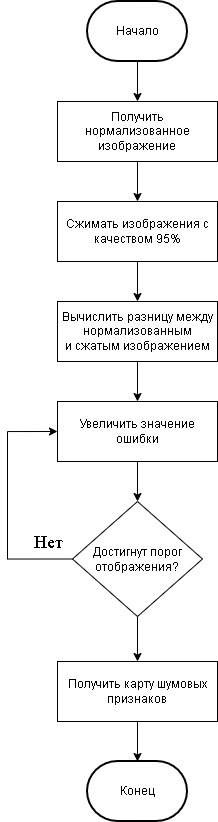
Earlier version of the draw.io export doc/tex/img/algorithm.png (jokerva1010123/BMSTU-Diplom-Magis). Source tidied: cells renumbered, new cells last; positions are measured from the earlier drawing's top-left corner, leaving out a move shared by most shapes.
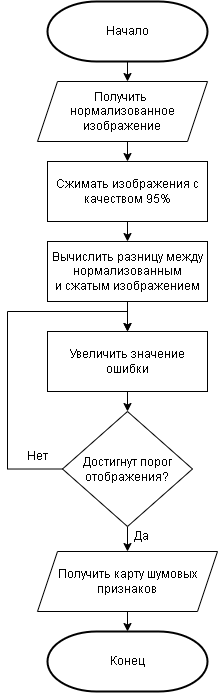
After the change.

Diff of the diagram source:
```diff
@@ -2,63 +2,71 @@
   <root>
     <mxCell id="0" />
     <mxCell id="1" parent="0" />
-    <mxCell id="2" style="edgeStyle=orthogonalEdgeStyle;rounded=0;jettySize=auto;html=1;exitX=0.5;exitY=1;exitDx=0;exitDy=0;exitPerimeter=0;entryX=0.5;entryY=0;entryDx=0;entryDy=0;" parent="1" edge="1" source="3" target="6">
-      <mxGeometry relative="1" as="geometry" />
+    <mxCell id="2" style="edgeStyle=orthogonalEdgeStyle;rounded=0;jettySize=auto;html=1;exitX=0.5;exitY=1;exitDx=0;exitDy=0;exitPerimeter=0;entryX=0.5;entryY=0;entryDx=0;entryDy=0;" parent="1" edge="1" source="3">
+      <mxGeometry relative="1" as="geometry">
+        <mxPoint x="130" y="80" as="targetPoint" />
+      </mxGeometry>
     </mxCell>
     <mxCell id="3" value="Начало" style="strokeWidth=2;html=1;shape=mxgraph.flowchart.terminator;whiteSpace=wrap;" parent="1" vertex="1">
-      <mxGeometry x="80" width="100" height="60" as="geometry" />
+      <mxGeometry x="50" width="160" height="60" as="geometry" />
     </mxCell>
     <mxCell id="4" value="Конец" style="strokeWidth=2;html=1;shape=mxgraph.flowchart.terminator;whiteSpace=wrap;" parent="1" vertex="1">
-      <mxGeometry x="80" y="760" width="100" height="60" as="geometry" />
+      <mxGeometry x="50" y="630" width="160" height="60" as="geometry" />
     </mxCell>
-    <mxCell id="5" style="edgeStyle=orthogonalEdgeStyle;rounded=0;jettySize=auto;html=1;exitX=0.5;exitY=1;exitDx=0;exitDy=0;entryX=0.5;entryY=0;entryDx=0;entryDy=0;" parent="1" edge="1" source="6" target="8">
-      <mxGeometry relative="1" as="geometry" />
+    <mxCell id="5" style="edgeStyle=orthogonalEdgeStyle;rounded=0;jettySize=auto;html=1;exitX=0.5;exitY=1;exitDx=0;exitDy=0;entryX=0.5;entryY=0;entryDx=0;entryDy=0;" parent="1" edge="1" target="8">
+      <mxGeometry relative="1" as="geometry">
+        <mxPoint x="130" y="140" as="sourcePoint" />
+      </mxGeometry>
     </mxCell>
-    <mxCell id="6" value="Получить нормализованное изображение" style="rounded=0;whiteSpace=wrap;html=1;" parent="1" vertex="1">
-      <mxGeometry x="50" y="100" width="160" height="60" as="geometry" />
-    </mxCell>
     <mxCell id="7" style="edgeStyle=orthogonalEdgeStyle;rounded=0;jettySize=auto;html=1;exitX=0.5;exitY=1;exitDx=0;exitDy=0;entryX=0.5;entryY=0;entryDx=0;entryDy=0;" parent="1" edge="1" source="8" target="10">
       <mxGeometry relative="1" as="geometry" />
     </mxCell>
     <mxCell id="8" value="Сжимать изображения с качеством 95%" style="rounded=0;whiteSpace=wrap;html=1;" parent="1" vertex="1">
-      <mxGeometry x="50" y="200" width="160" height="60" as="geometry" />
+      <mxGeometry x="50" y="160" width="160" height="60" as="geometry" />
     </mxCell>
     <mxCell id="9" style="edgeStyle=orthogonalEdgeStyle;rounded=0;jettySize=auto;html=1;exitX=0.5;exitY=1;exitDx=0;exitDy=0;entryX=0.5;entryY=0;entryDx=0;entryDy=0;" parent="1" edge="1" source="10" target="12">
       <mxGeometry relative="1" as="geometry" />
     </mxCell>
     <mxCell id="10" value="Вычислить разницу между нормализованным и&amp;nbsp;сжатым изображением" style="rounded=0;whiteSpace=wrap;html=1;" parent="1" vertex="1">
-      <mxGeometry x="50" y="300" width="160" height="60" as="geometry" />
+      <mxGeometry x="50" y="240" width="160" height="60" as="geometry" />
     </mxCell>
     <mxCell id="11" style="edgeStyle=orthogonalEdgeStyle;rounded=0;jettySize=auto;html=1;exitX=0.5;exitY=1;exitDx=0;exitDy=0;entryX=0.5;entryY=0;entryDx=0;entryDy=0;" parent="1" edge="1" source="12" target="16">
       <mxGeometry relative="1" as="geometry" />
     </mxCell>
     <mxCell id="12" value="Увеличить значение ошибки" style="rounded=0;whiteSpace=wrap;html=1;" parent="1" vertex="1">
-      <mxGeometry x="50" y="400" width="160" height="60" as="geometry" />
+      <mxGeometry x="50" y="330" width="160" height="60" as="geometry" />
     </mxCell>
+    <mxCell id="14" style="edgeStyle=orthogonalEdgeStyle;rounded=0;jettySize=auto;html=1;exitX=0;exitY=0.5;exitDx=0;exitDy=0;entryX=0.5;entryY=0;entryDx=0;entryDy=0;" parent="1" edge="1" source="16" target="12">
+      <mxGeometry relative="1" as="geometry">
+        <Array as="points">
+          <mxPoint x="10" y="468" />
+          <mxPoint x="10" y="310" />
+          <mxPoint x="130" y="310" />
+        </Array>
+      </mxGeometry>
+    </mxCell>
-    <mxCell id="13" style="edgeStyle=orthogonalEdgeStyle;rounded=0;jettySize=auto;html=1;exitX=0.5;exitY=1;exitDx=0;exitDy=0;entryX=0.5;entryY=0;entryDx=0;entryDy=0;" parent="1" edge="1" source="16" target="17">
+    <mxCell id="13" style="edgeStyle=orthogonalEdgeStyle;rounded=0;jettySize=auto;html=1;" parent="1" edge="1" source="16" target="17">
       <mxGeometry relative="1" as="geometry" />
     </mxCell>
-    <mxCell id="14" style="edgeStyle=orthogonalEdgeStyle;rounded=0;jettySize=auto;html=1;exitX=0;exitY=0.5;exitDx=0;exitDy=0;entryX=0;entryY=0.5;entryDx=0;entryDy=0;" parent="1" edge="1" source="16" target="12">
-      <mxGeometry relative="1" as="geometry">
-        <Array as="points">
-          <mxPoint y="558" />
-          <mxPoint y="430" />
-        </Array>
-      </mxGeometry>
-    </mxCell>
+    <mxCell id="16" value="Достигнут порог отображения?" style="rhombus;whiteSpace=wrap;html=1;" parent="1" vertex="1">
+      <mxGeometry x="65" y="410" width="130" height="115" as="geometry" />
+    </mxCell>
+    <mxCell id="18" style="edgeStyle=orthogonalEdgeStyle;rounded=0;jettySize=auto;html=1;exitX=0.5;exitY=1;exitDx=0;exitDy=0;entryX=0.5;entryY=0;entryDx=0;entryDy=0;entryPerimeter=0;" parent="1" edge="1" target="4">
+      <mxGeometry relative="1" as="geometry">
+        <mxPoint x="130" y="595" as="sourcePoint" />
+      </mxGeometry>
+    </mxCell>
+    <mxCell id="17" value="Получить карту шумовых признаков" style="shape=parallelogram;perimeter=parallelogramPerimeter;whiteSpace=wrap;html=1;fixedSize=1;" parent="1" vertex="1">
+      <mxGeometry x="40" y="550" width="180" height="60" as="geometry" />
+    </mxCell>
+    <mxCell id="6" value="Получить&amp;nbsp;&lt;div&gt;нормализованное изображение&lt;/div&gt;" style="shape=parallelogram;perimeter=parallelogramPerimeter;whiteSpace=wrap;html=1;fixedSize=1;" parent="1" vertex="1">
+      <mxGeometry x="40" y="80" width="170" height="60" as="geometry" />
+    </mxCell>
+    <mxCell id="19" value="Да" style="text;html=1;whiteSpace=wrap;strokeColor=none;fillColor=none;align=center;verticalAlign=middle;rounded=0;" parent="1" vertex="1">
+      <mxGeometry x="114" y="520" width="60" height="30" as="geometry" />
+    </mxCell>
-    <mxCell id="15" value="&lt;font style=&quot;font-size: 18px;&quot; face=&quot;Times New Roman&quot;&gt;Нет&lt;/font&gt;" style="edgeLabel;html=1;align=center;verticalAlign=middle;" parent="14" vertex="1">
-      <mxGeometry x="-0.84" y="2" relative="1" as="geometry">
-        <mxPoint x="-6" y="-19" as="offset" />
-      </mxGeometry>
+    <mxCell id="15" value="Нет" style="text;html=1;whiteSpace=wrap;strokeColor=none;fillColor=none;align=center;verticalAlign=middle;rounded=0;" parent="1" vertex="1">
+      <mxGeometry x="10" y="440" width="60" height="30" as="geometry" />
     </mxCell>
-    <mxCell id="16" value="Достигнут порог отображения?" style="rhombus;whiteSpace=wrap;html=1;" parent="1" vertex="1">
-      <mxGeometry x="65" y="500" width="130" height="115" as="geometry" />
-    </mxCell>
-    <mxCell id="17" value="Получить карту шумовых признаков" style="rounded=0;whiteSpace=wrap;html=1;" parent="1" vertex="1">
-      <mxGeometry x="50" y="660" width="160" height="60" as="geometry" />
-    </mxCell>
-    <mxCell id="18" style="edgeStyle=orthogonalEdgeStyle;rounded=0;jettySize=auto;html=1;exitX=0.5;exitY=1;exitDx=0;exitDy=0;entryX=0.5;entryY=0;entryDx=0;entryDy=0;entryPerimeter=0;" parent="1" edge="1" source="17" target="4">
-      <mxGeometry relative="1" as="geometry" />
-    </mxCell>
   </root>
 </mxGraphModel>
```
